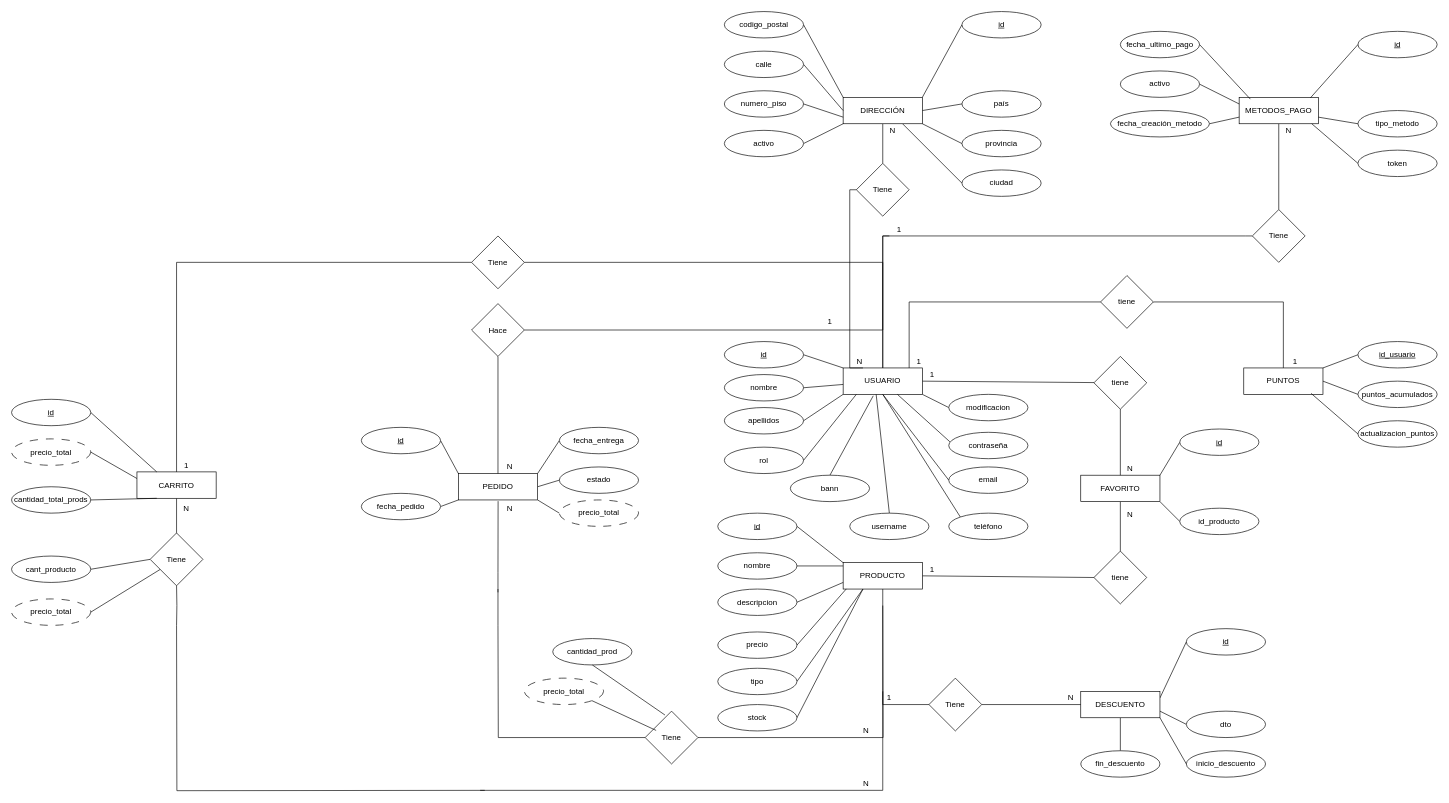
This is doc/diagrams/zootiqueBD_Diagrama.drawio from luabde/zootique_backend, a draw.io file, before an edit. Source tidied: cells renumbered, new cells numbered last; positions are measured from the earlier drawing's top-left corner, leaving out a move shared by most shapes. Both pictures are drawn from the tidied source at 66%, with x=0, y=0 at pixel (11, 11).
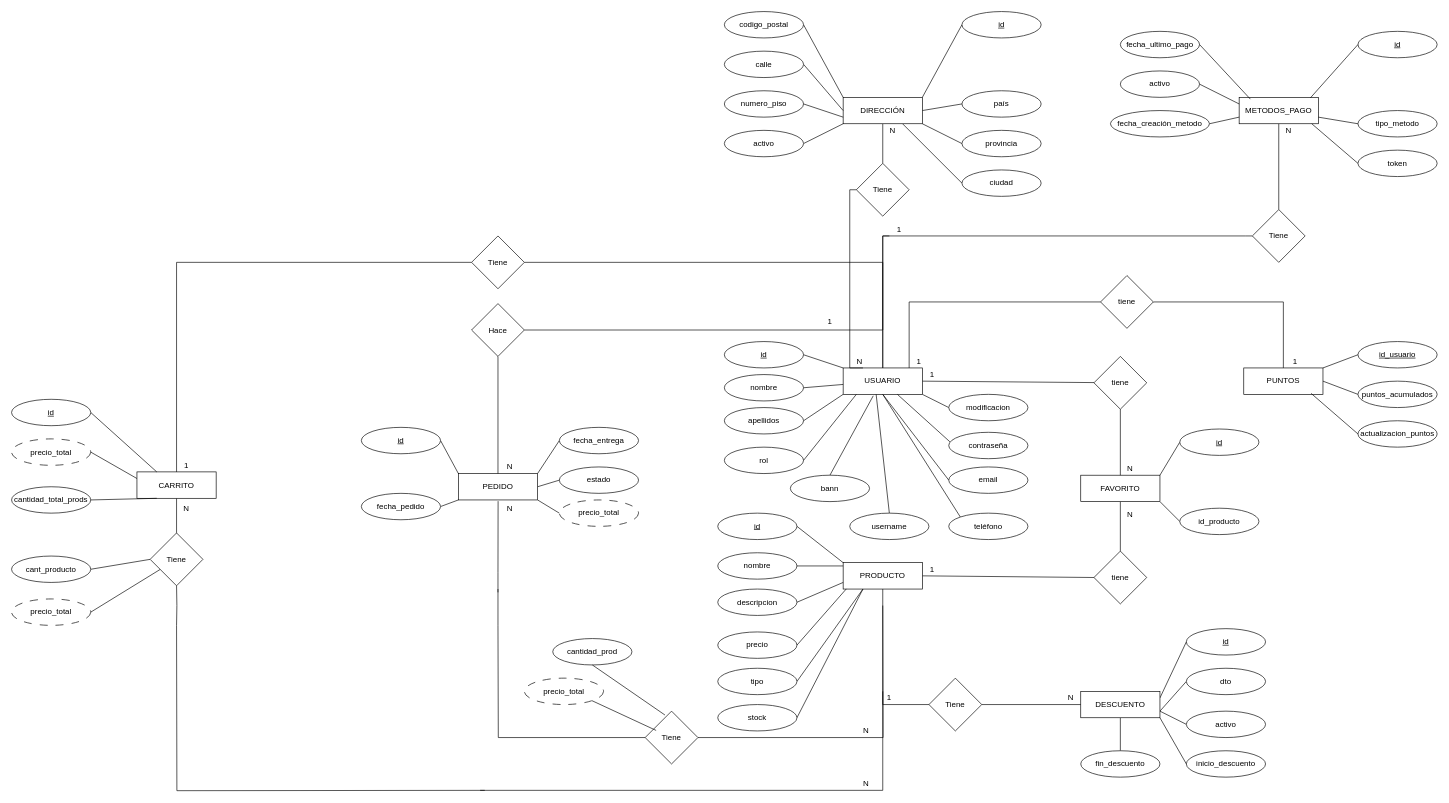
After the change.

The change refers to these unchanged cells:
```xml
<mxCell id="112" value="DESCUENTO" style="rounded=0;whiteSpace=wrap;html=1;" parent="1" vertex="1">
  <mxGeometry x="1620" y="1030" width="120" height="40" as="geometry" />
</mxCell>
```

The edit, as a diff of the source:
```diff
@@
+    <mxCell id="167" style="rounded=0;jettySize=auto;html=1;exitX=1;exitY=0.75;exitDx=0;exitDy=0;entryX=0;entryY=0.5;entryDx=0;entryDy=0;shape=wire;dashed=1;endArrow=none;endFill=0;" parent="1" edge="1" source="112" target="168">
+      <mxGeometry relative="1" as="geometry" />
+    </mxCell>
@@
     <mxCell id="115" value="dto" style="ellipse;whiteSpace=wrap;html=1;" parent="1" vertex="1">
-      <mxGeometry x="1780" y="1060" width="120" height="40" as="geometry" />
+      <mxGeometry x="1780" y="995" width="120" height="40" as="geometry" />
     </mxCell>
@@
+    <mxCell id="168" value="activo" style="ellipse;whiteSpace=wrap;html=1;" parent="1" vertex="1">
+      <mxGeometry x="1780" y="1060" width="120" height="40" as="geometry" />
+    </mxCell>
```
